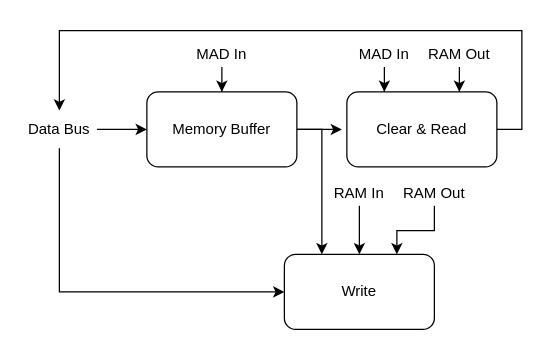
Before: page "Overall View" (1 of 4) of General/Magnetic Memory.drawio in omzz15/Magnetic-Memory, a draw.io diagram. Source tidied: cells renumbered, new cells numbered last; positions are measured from the earlier drawing's top-left corner, leaving out a move shared by most shapes. Both pictures are drawn from the tidied source at 125%, with x=0, y=0 at pixel (21, 30).
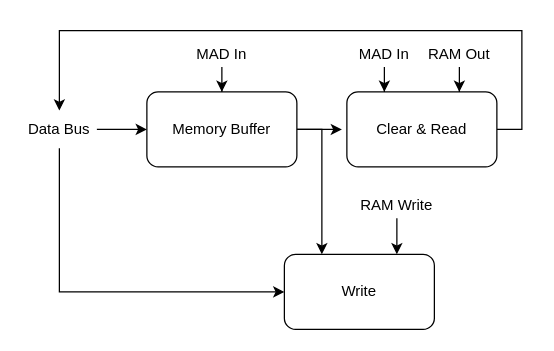
The same diagram, later.

Unchanged cells that the change refers to:
```xml
<mxCell id="13" value="Write" style="rounded=1;whiteSpace=wrap;html=1;" parent="1" vertex="1">
  <mxGeometry x="210" y="179" width="120" height="60" as="geometry" />
</mxCell>
```

The edit, as a diff of the source:
```diff
@@
-    <mxCell id="17" style="edgeStyle=orthogonalEdgeStyle;rounded=0;jettySize=auto;html=1;entryX=0.5;entryY=0;entryDx=0;entryDy=0;" parent="1" edge="1" source="18" target="13">
-      <mxGeometry relative="1" as="geometry" />
-    </mxCell>
-    <mxCell id="18" value="RAM In" style="text;html=1;strokeColor=none;fillColor=none;align=center;verticalAlign=middle;whiteSpace=wrap;rounded=0;" parent="1" vertex="1">
-      <mxGeometry x="240" y="120" width="60" height="20" as="geometry" />
-    </mxCell>
@@
-    <mxCell id="20" value="RAM Out" style="text;html=1;strokeColor=none;fillColor=none;align=center;verticalAlign=middle;whiteSpace=wrap;rounded=0;" parent="1" vertex="1">
-      <mxGeometry x="300" y="120" width="60" height="20" as="geometry" />
+    <mxCell id="20" value="RAM Write" style="text;html=1;strokeColor=none;fillColor=none;align=center;verticalAlign=middle;whiteSpace=wrap;rounded=0;" parent="1" vertex="1">
+      <mxGeometry x="265" y="130" width="70" height="20" as="geometry" />
     </mxCell>
```
